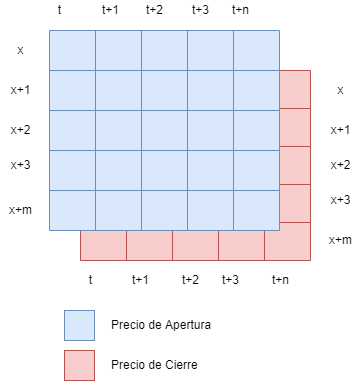
Before: Imagenes/MatrizEntradaDrawpng.png, a diagram exported from draw.io (DanielRamosHoogwout/TFM). Source tidied: cells renumbered, new cells last; positions are measured from the earlier drawing's top-left corner, leaving out a move shared by most shapes.
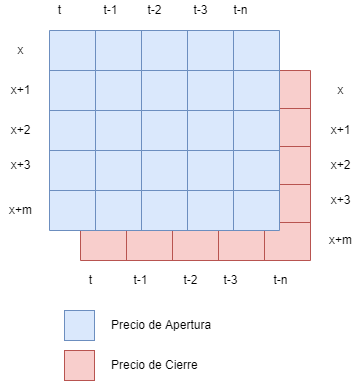
After the change.

Diff of the diagram source:
```diff
@@ -191,16 +191,16 @@
     <mxCell id="64" value="t" style="text;html=1;align=center;verticalAlign=middle;fillColor=none;strokeColor=none;rounded=0;" parent="1" vertex="1">
       <mxGeometry x="49" width="20" height="20" as="geometry" />
     </mxCell>
-    <mxCell id="65" value="t+1" style="text;html=1;align=center;verticalAlign=middle;fillColor=none;strokeColor=none;rounded=0;" parent="1" vertex="1">
+    <mxCell id="65" value="t-1" style="text;html=1;align=center;verticalAlign=middle;fillColor=none;strokeColor=none;rounded=0;" parent="1" vertex="1">
       <mxGeometry x="95" width="30" height="20" as="geometry" />
     </mxCell>
-    <mxCell id="66" value="t+2" style="text;html=1;align=center;verticalAlign=middle;fillColor=none;strokeColor=none;rounded=0;" parent="1" vertex="1">
+    <mxCell id="66" value="t-2" style="text;html=1;align=center;verticalAlign=middle;fillColor=none;strokeColor=none;rounded=0;" parent="1" vertex="1">
       <mxGeometry x="139" width="30" height="20" as="geometry" />
     </mxCell>
-    <mxCell id="67" value="t+3" style="text;html=1;align=center;verticalAlign=middle;fillColor=none;strokeColor=none;rounded=0;" parent="1" vertex="1">
+    <mxCell id="67" value="t-3" style="text;html=1;align=center;verticalAlign=middle;fillColor=none;strokeColor=none;rounded=0;" parent="1" vertex="1">
       <mxGeometry x="185" width="30" height="20" as="geometry" />
     </mxCell>
-    <mxCell id="68" value="t+n" style="text;html=1;align=center;verticalAlign=middle;fillColor=none;strokeColor=none;rounded=0;" parent="1" vertex="1">
+    <mxCell id="68" value="t-n" style="text;html=1;align=center;verticalAlign=middle;fillColor=none;strokeColor=none;rounded=0;" parent="1" vertex="1">
       <mxGeometry x="225" width="30" height="20" as="geometry" />
     </mxCell>
     <mxCell id="69" value="x" style="text;html=1;align=center;verticalAlign=middle;fillColor=none;strokeColor=none;rounded=0;" parent="1" vertex="1">
@@ -236,16 +236,16 @@
     <mxCell id="79" value="t" style="text;html=1;align=center;verticalAlign=middle;fillColor=none;strokeColor=none;rounded=0;" parent="1" vertex="1">
       <mxGeometry x="80" y="270" width="20" height="20" as="geometry" />
     </mxCell>
-    <mxCell id="80" value="t+1" style="text;html=1;align=center;verticalAlign=middle;fillColor=none;strokeColor=none;rounded=0;" parent="1" vertex="1">
+    <mxCell id="80" value="t-1" style="text;html=1;align=center;verticalAlign=middle;fillColor=none;strokeColor=none;rounded=0;" parent="1" vertex="1">
       <mxGeometry x="125" y="270" width="30" height="20" as="geometry" />
     </mxCell>
-    <mxCell id="81" value="t+2" style="text;html=1;align=center;verticalAlign=middle;fillColor=none;strokeColor=none;rounded=0;" parent="1" vertex="1">
+    <mxCell id="81" value="t-2" style="text;html=1;align=center;verticalAlign=middle;fillColor=none;strokeColor=none;rounded=0;" parent="1" vertex="1">
       <mxGeometry x="175" y="270" width="30" height="20" as="geometry" />
     </mxCell>
-    <mxCell id="82" value="t+3" style="text;html=1;align=center;verticalAlign=middle;fillColor=none;strokeColor=none;rounded=0;" parent="1" vertex="1">
+    <mxCell id="82" value="t-3" style="text;html=1;align=center;verticalAlign=middle;fillColor=none;strokeColor=none;rounded=0;" parent="1" vertex="1">
       <mxGeometry x="215" y="270" width="30" height="20" as="geometry" />
     </mxCell>
-    <mxCell id="83" value="t+n" style="text;html=1;align=center;verticalAlign=middle;fillColor=none;strokeColor=none;rounded=0;" parent="1" vertex="1">
+    <mxCell id="83" value="t-n" style="text;html=1;align=center;verticalAlign=middle;fillColor=none;strokeColor=none;rounded=0;" parent="1" vertex="1">
       <mxGeometry x="265" y="270" width="30" height="20" as="geometry" />
     </mxCell>
     <mxCell id="84" style="rounded=0;whiteSpace=wrap;html=1;fillColor=#dae8fc;strokeColor=#6c8ebf;" parent="1" vertex="1">
```
